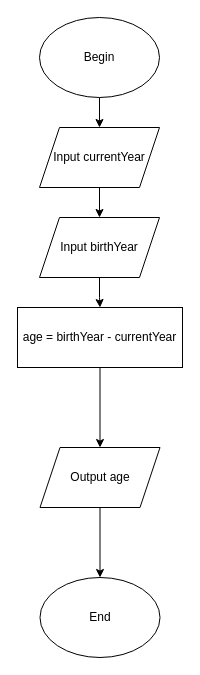
Earlier version of the draw.io diagram Unit 1 Exercise 7.drawio (dskleoshrw/get). Source tidied: cells renumbered, new cells numbered last; positions are measured from the earlier drawing's top-left corner, leaving out a move shared by most shapes. Both pictures are drawn from the tidied source at 100%, with x=0, y=0 at pixel (17, 17).
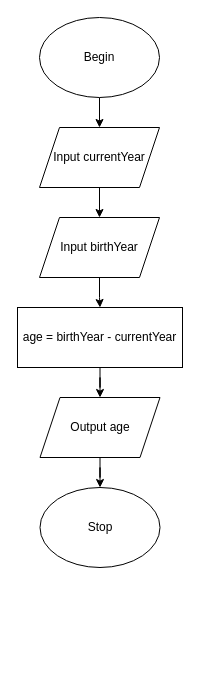
The same page after the edit.

What changed in the source:
```diff
@@
 <mxGraphModel>
   <root>
     <mxCell id="0" />
     <mxCell id="1" parent="0" />
     <mxCell id="2" style="edgeStyle=orthogonalEdgeStyle;rounded=0;jettySize=auto;html=1;" parent="1" edge="1" source="3" target="5">
       <mxGeometry relative="1" as="geometry" />
     </mxCell>
     <mxCell id="3" value="Begin" style="ellipse;whiteSpace=wrap;html=1;" parent="1" vertex="1">
       <mxGeometry x="22" width="120" height="80" as="geometry" />
     </mxCell>
     <mxCell id="4" style="edgeStyle=orthogonalEdgeStyle;rounded=0;jettySize=auto;html=1;" parent="1" edge="1" source="5" target="7">
       <mxGeometry relative="1" as="geometry" />
     </mxCell>
     <mxCell id="5" value="Input currentYear" style="shape=parallelogram;perimeter=parallelogramPerimeter;whiteSpace=wrap;html=1;fixedSize=1;" parent="1" vertex="1">
       <mxGeometry x="22" y="110" width="120" height="60" as="geometry" />
     </mxCell>
     <mxCell id="6" style="edgeStyle=orthogonalEdgeStyle;rounded=0;jettySize=auto;html=1;" parent="1" edge="1" source="7" target="9">
       <mxGeometry relative="1" as="geometry" />
     </mxCell>
     <mxCell id="7" value="Input birthYear" style="shape=parallelogram;perimeter=parallelogramPerimeter;whiteSpace=wrap;html=1;fixedSize=1;" parent="1" vertex="1">
       <mxGeometry x="22" y="200" width="120" height="60" as="geometry" />
     </mxCell>
     <mxCell id="8" style="edgeStyle=orthogonalEdgeStyle;rounded=0;jettySize=auto;html=1;" parent="1" edge="1" source="9" target="11">
       <mxGeometry relative="1" as="geometry" />
     </mxCell>
     <mxCell id="9" value="age = birthYear - currentYear" style="whiteSpace=wrap;html=1;" parent="1" vertex="1">
       <mxGeometry y="290" width="165" height="60" as="geometry" />
     </mxCell>
-    <mxCell id="10" style="edgeStyle=orthogonalEdgeStyle;rounded=0;jettySize=auto;html=1;" parent="1" edge="1" source="11" target="12">
-      <mxGeometry relative="1" as="geometry" />
-    </mxCell>
+    <mxCell id="13" style="edgeStyle=orthogonalEdgeStyle;rounded=0;jettySize=auto;html=1;" parent="1" edge="1" source="11" target="14">
+      <mxGeometry relative="1" as="geometry" />
+    </mxCell>
     <mxCell id="11" value="Output age" style="shape=parallelogram;perimeter=parallelogramPerimeter;whiteSpace=wrap;html=1;fixedSize=1;" parent="1" vertex="1">
-      <mxGeometry x="22.5" y="430" width="120" height="60" as="geometry" />
+      <mxGeometry x="22.5" y="380" width="120" height="60" as="geometry" />
     </mxCell>
-    <mxCell id="12" value="End" style="ellipse;whiteSpace=wrap;html=1;" parent="1" vertex="1">
-      <mxGeometry x="22.5" y="560" width="120" height="80" as="geometry" />
-    </mxCell>
+    <mxCell id="14" value="Stop" style="ellipse;whiteSpace=wrap;html=1;" parent="1" vertex="1">
+      <mxGeometry x="22.5" y="470" width="120" height="80" as="geometry" />
+    </mxCell>
   </root>
 </mxGraphModel>
```
